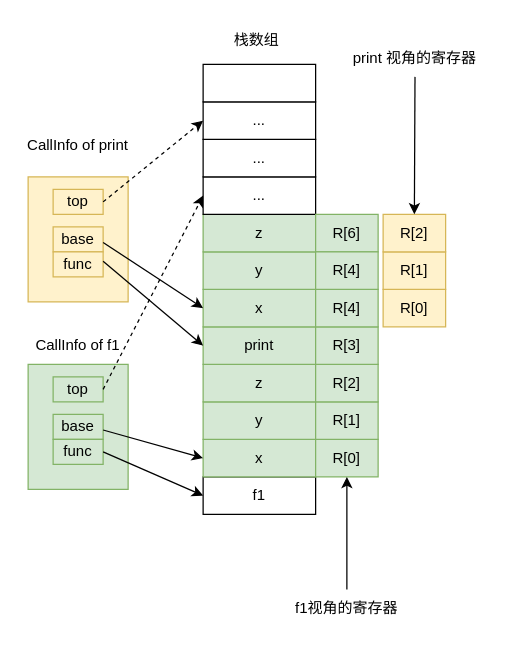
The draw.io diagram blog/lua-vm-stack-simple-print.drawio in antsmallant/MyDraw, before the edit. Source tidied: cells renumbered, new cells numbered last; positions are measured from the earlier drawing's top-left corner, leaving out a move shared by most shapes. Both pictures are drawn from the tidied source at 125%, with x=0, y=0 at pixel (21, 21).
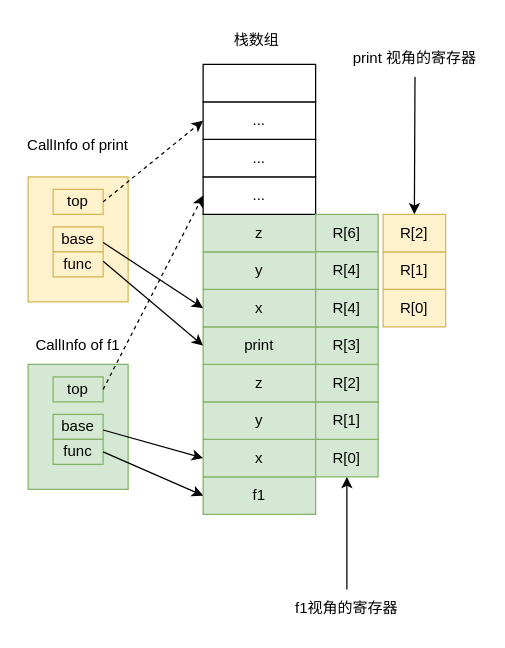
Above is the later version.

Diff of the diagram source:
```diff
@@
-    <mxCell id="13" value="f1" style="rounded=0;whiteSpace=wrap;html=1;" parent="1" vertex="1">
+    <mxCell id="13" value="f1" style="rounded=0;whiteSpace=wrap;html=1;fillColor=#d5e8d4;strokeColor=#82b366;" parent="1" vertex="1">
       <mxGeometry x="145" y="364" width="90" height="30" as="geometry" />
     </mxCell>
```
